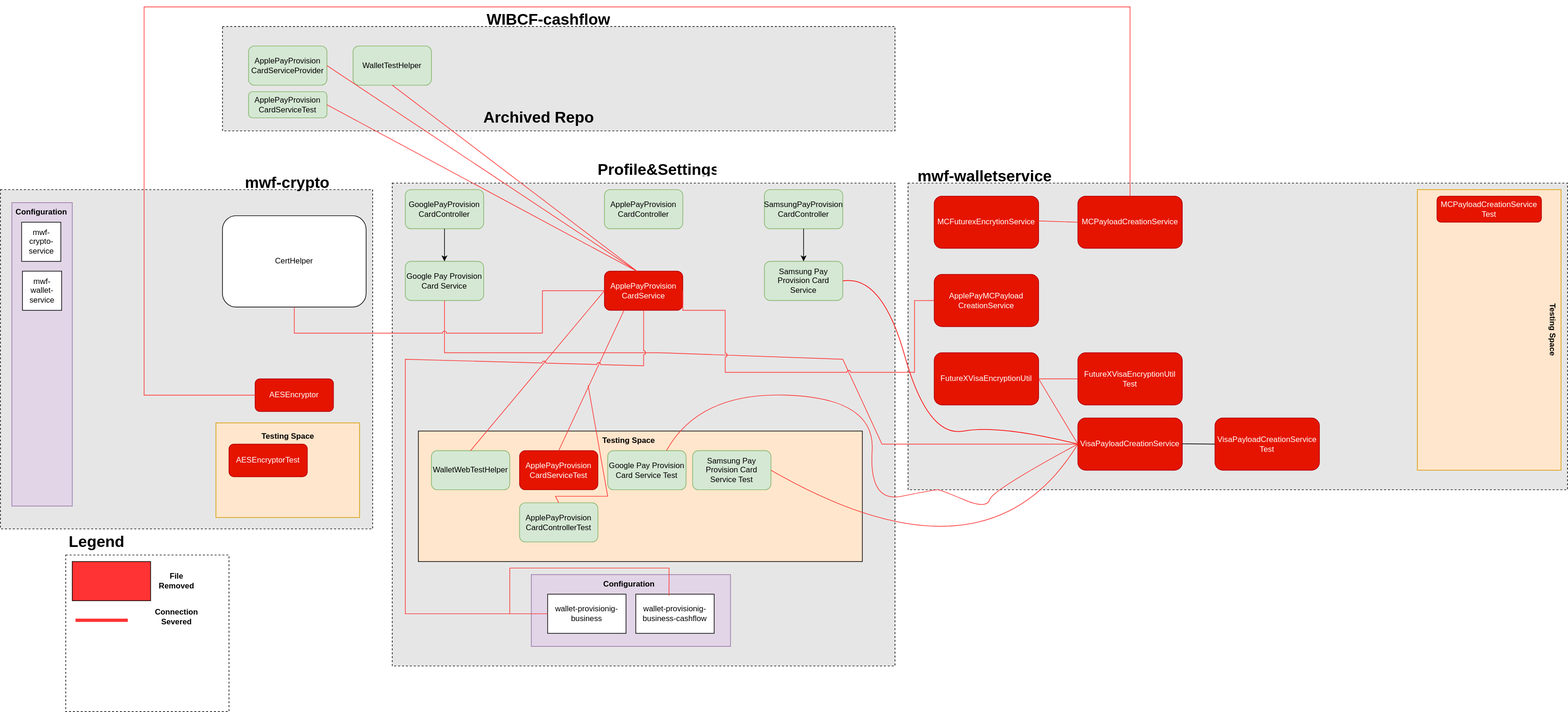
Above: Work Samples/WF/Bouncy_Castle_Dependencies_Removal.drawio.svg in uchiharizvi/design-diagrams (draw.io), before the change. Source tidied: cells renumbered, new cells last; positions are measured from the earlier drawing's top-left corner, leaving out a move shared by most shapes.
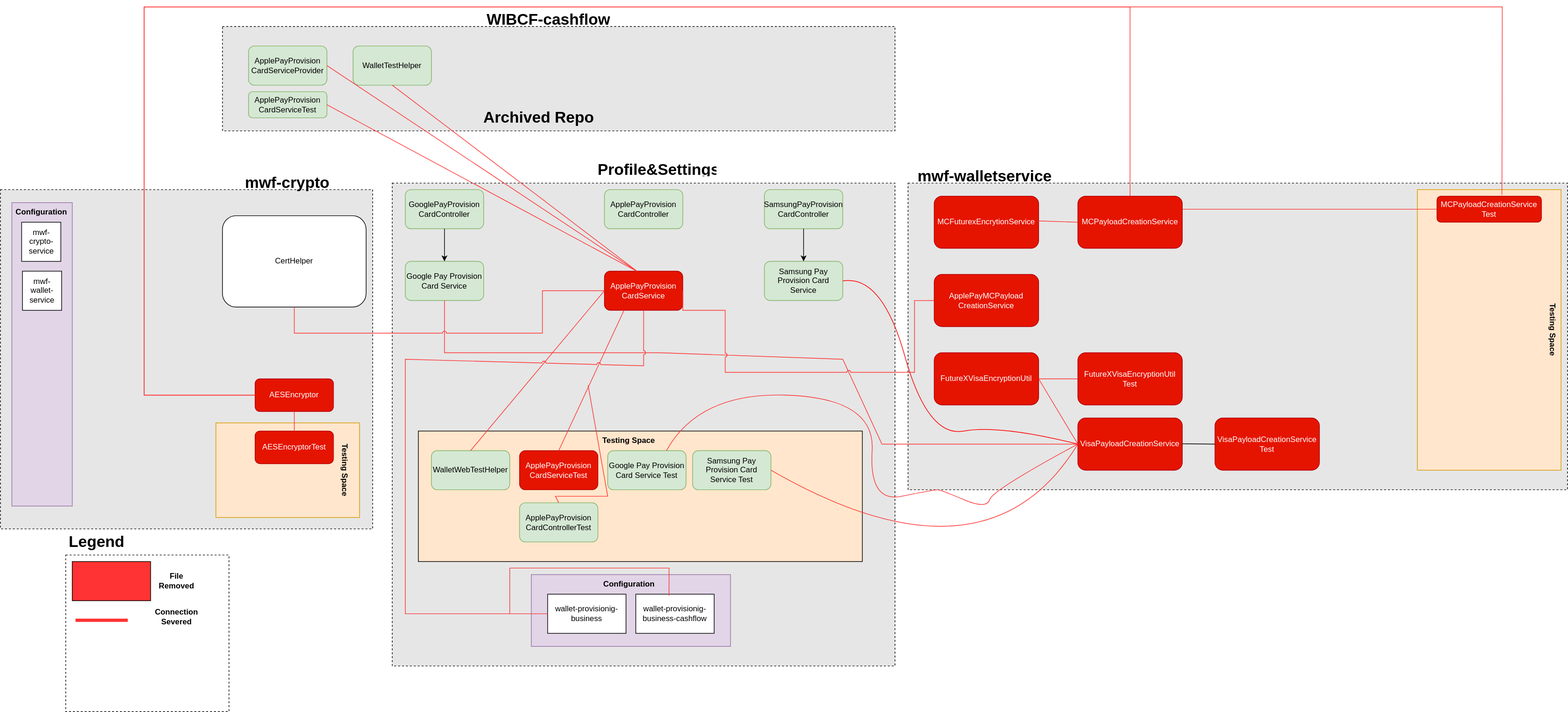
After the change.

What changed in the source:
```diff
@@ -8,8 +8,8 @@
     <mxCell id="3" style="rounded=0;whiteSpace=wrap;html=1;fillColor=#ffe6cc;strokeColor=#d79b00;" parent="1" vertex="1">
       <mxGeometry x="330" y="637.5" width="220" height="145" as="geometry" />
     </mxCell>
-    <mxCell id="4" value="&lt;b&gt;Testing Space&lt;/b&gt;" style="text;html=1;align=center;verticalAlign=middle;whiteSpace=wrap;rounded=0;" parent="1" vertex="1">
-      <mxGeometry x="392.5" y="642.5" width="95" height="30" as="geometry" />
+    <mxCell id="4" value="&lt;b&gt;Testing Space&lt;/b&gt;" style="text;html=1;align=center;verticalAlign=middle;whiteSpace=wrap;rounded=0;rotation=90;" parent="1" vertex="1">
+      <mxGeometry x="480" y="695" width="95" height="30" as="geometry" />
     </mxCell>
     <mxCell id="5" style="rounded=0;whiteSpace=wrap;html=1;dashed=1;" parent="1" vertex="1">
       <mxGeometry x="100" y="840" width="250" height="240" as="geometry" />
@@ -284,7 +284,7 @@
       <mxGeometry x="2330" y="480" width="95" height="30" as="geometry" />
     </mxCell>
     <mxCell id="71" value="AESEncryptorTest" style="rounded=1;whiteSpace=wrap;html=1;fillColor=#e51400;fontColor=#ffffff;strokeColor=#B20000;" parent="1" vertex="1">
-      <mxGeometry x="350" y="670" width="120" height="50" as="geometry" />
+      <mxGeometry x="390" y="650" width="120" height="50" as="geometry" />
     </mxCell>
     <mxCell id="72" style="rounded=0;whiteSpace=wrap;html=1;fillColor=#e1d5e7;strokeColor=#9673a6;" parent="1" vertex="1">
       <mxGeometry x="17.5" y="300" width="92.5" height="465" as="geometry" />
@@ -301,5 +301,20 @@
     <mxCell id="76" value="MCPayloadCreationService&lt;br&gt;Test" style="rounded=1;whiteSpace=wrap;html=1;fillColor=#e51400;fontColor=#ffffff;strokeColor=#B20000;" parent="1" vertex="1">
       <mxGeometry x="2200" y="290" width="160" height="40" as="geometry" />
     </mxCell>
+    <mxCell id="77" style="endArrow=none;html=1;rounded=0;exitX=1;exitY=0.25;exitDx=0;exitDy=0;entryX=0;entryY=0.5;entryDx=0;entryDy=0;strokeColor=#FF3333;" parent="1" edge="1" source="35" target="76">
+      <mxGeometry relative="1" as="geometry" />
+    </mxCell>
+    <mxCell id="78" style="endArrow=none;html=1;rounded=0;exitX=0.622;exitY=-0.047;exitDx=0;exitDy=0;entryX=0;entryY=0.5;entryDx=0;entryDy=0;exitPerimeter=0;strokeColor=#FF3333;" parent="1" edge="1" source="76" target="14">
+      <mxGeometry relative="1" as="geometry">
+        <Array as="points">
+          <mxPoint x="2300" />
+          <mxPoint x="220" />
+          <mxPoint x="220" y="595" />
+        </Array>
+      </mxGeometry>
+    </mxCell>
+    <mxCell id="79" style="endArrow=none;html=1;rounded=0;exitX=0.5;exitY=0;exitDx=0;exitDy=0;entryX=0.5;entryY=1;entryDx=0;entryDy=0;strokeColor=#FF3333;" parent="1" edge="1" source="71" target="14">
+      <mxGeometry relative="1" as="geometry" />
+    </mxCell>
   </root>
 </mxGraphModel>
```
